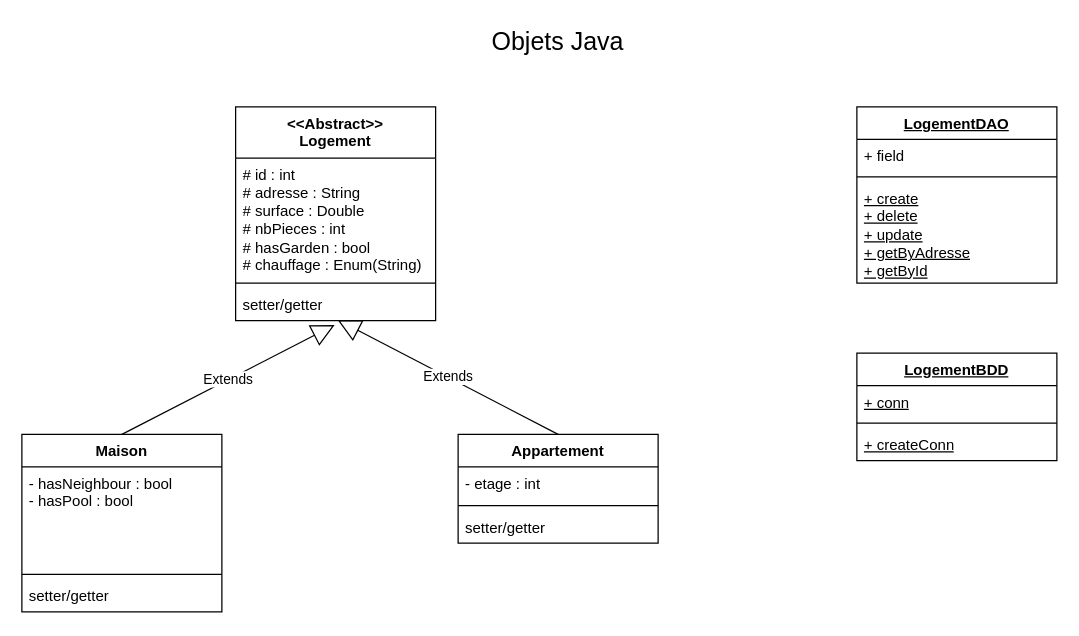
Earlier version of the draw.io diagram page "Page-1" (1 of 2) of UML/Java_Projet.drawio (QuentinSanterne/Projet_Java_M2I). Source tidied: cells renumbered, new cells numbered last; positions are measured from the earlier drawing's top-left corner, leaving out a move shared by most shapes. Both pictures are drawn from the tidied source at 125%, with x=0, y=0 at pixel (21, 21).
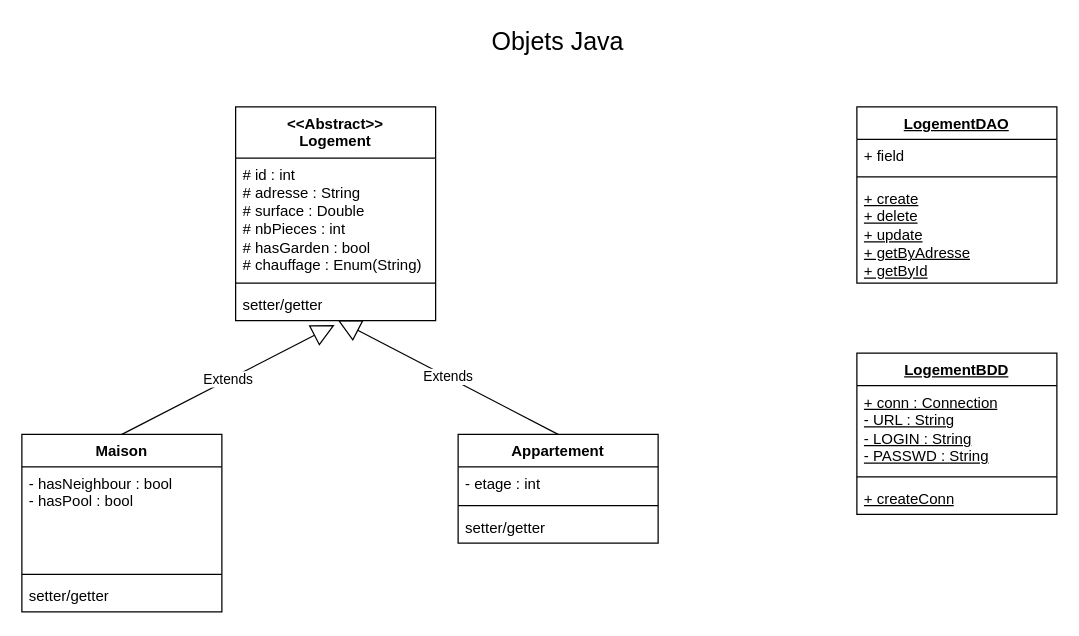
After the change.

Commit message:
Mettre à jour Java_Projet.drawio

Diff of the diagram source:
```diff
@@
     <mxCell id="20" value="&lt;u&gt;LogementBDD&lt;/u&gt;" style="swimlane;fontStyle=1;align=center;verticalAlign=top;horizontal=1;startSize=26;whiteSpace=wrap;html=1;" parent="1" vertex="1">
-      <mxGeometry x="668" y="265" width="160" height="86" as="geometry" />
+      <mxGeometry x="668" y="265" width="160" height="129" as="geometry" />
     </mxCell>
-    <mxCell id="21" value="&lt;u&gt;+ conn&lt;/u&gt;" style="text;strokeColor=none;fillColor=none;align=left;verticalAlign=top;spacingLeft=4;spacingRight=4;overflow=hidden;whiteSpace=wrap;html=1;" parent="20" vertex="1">
-      <mxGeometry y="26" width="160" height="26" as="geometry" />
+    <mxCell id="21" value="&lt;u&gt;+ conn : Connection&lt;br&gt;- URL : String&lt;/u&gt;&lt;div&gt;&lt;u&gt;- LOGIN : String&lt;/u&gt;&lt;/div&gt;&lt;div&gt;&lt;u&gt;- PASSWD : String&lt;/u&gt;&lt;/div&gt;" style="text;strokeColor=none;fillColor=none;align=left;verticalAlign=top;spacingLeft=4;spacingRight=4;overflow=hidden;whiteSpace=wrap;html=1;" parent="20" vertex="1">
+      <mxGeometry y="26" width="160" height="69" as="geometry" />
     </mxCell>
     <mxCell id="22" style="line;strokeWidth=1;fillColor=none;align=left;verticalAlign=middle;spacingTop=-1;spacingLeft=3;spacingRight=3;labelPosition=right;strokeColor=inherit;" parent="20" vertex="1">
-      <mxGeometry y="52" width="160" height="8" as="geometry" />
+      <mxGeometry y="95" width="160" height="8" as="geometry" />
     </mxCell>
     <mxCell id="23" value="&lt;u&gt;+ createConn&lt;/u&gt;" style="text;strokeColor=none;fillColor=none;align=left;verticalAlign=top;spacingLeft=4;spacingRight=4;overflow=hidden;whiteSpace=wrap;html=1;" parent="20" vertex="1">
-      <mxGeometry y="60" width="160" height="26" as="geometry" />
+      <mxGeometry y="103" width="160" height="26" as="geometry" />
     </mxCell>
```
